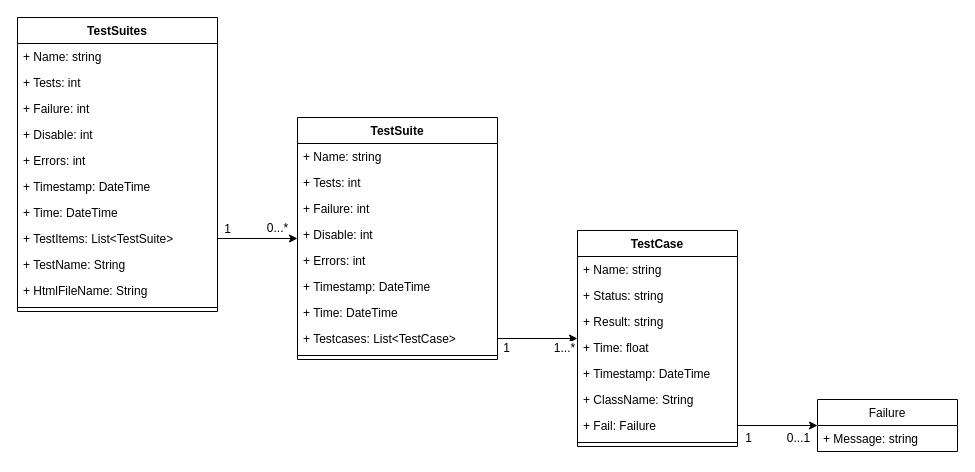
Above: page "class" (3 of 6) of doc/design/gtest2html_software.drawio in CountrySideEngineer/gtest2html (draw.io), before the change. Source tidied: cells renumbered, new cells numbered last; positions are measured from the earlier drawing's top-left corner, leaving out a move shared by most shapes. Both pictures are drawn from the tidied source at 100%, with x=0, y=0 at pixel (17, 17).
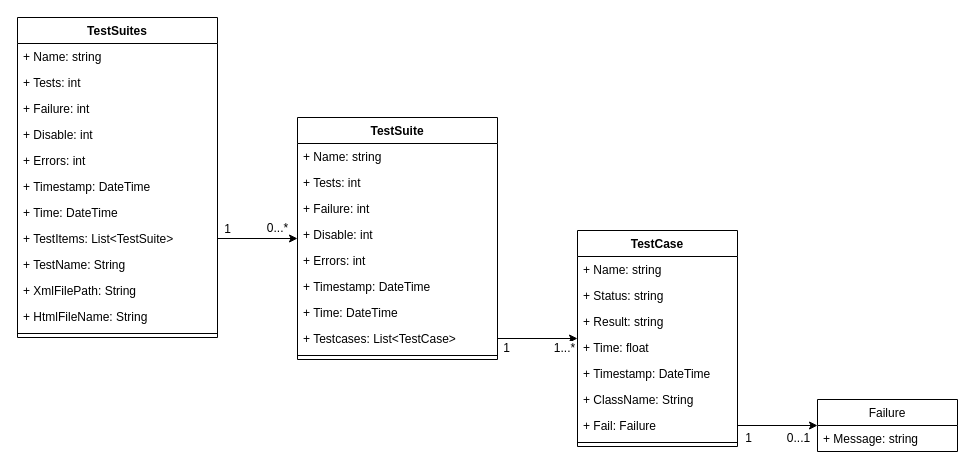
The same diagram, later.

Diff of the diagram source:
```diff
@@
     <mxCell id="29" value="TestSuites" style="swimlane;fontStyle=1;align=center;verticalAlign=top;horizontal=1;startSize=26;" parent="1" vertex="1">
-      <mxGeometry width="200" height="294" as="geometry" />
+      <mxGeometry width="200" height="320" as="geometry" />
     </mxCell>
@@
+    <mxCell id="44" value="+ XmlFilePath: String" style="text;strokeColor=none;fillColor=none;align=left;verticalAlign=top;spacingLeft=4;spacingRight=4;overflow=hidden;" parent="29" vertex="1">
+      <mxGeometry y="260" width="200" height="26" as="geometry" />
+    </mxCell>
     <mxCell id="39" value="+ HtmlFileName: String" style="text;strokeColor=none;fillColor=none;align=left;verticalAlign=top;spacingLeft=4;spacingRight=4;overflow=hidden;" parent="29" vertex="1">
-      <mxGeometry y="260" width="200" height="26" as="geometry" />
+      <mxGeometry y="286" width="200" height="26" as="geometry" />
     </mxCell>
     <mxCell id="40" style="line;strokeWidth=1;fillColor=none;align=left;verticalAlign=middle;spacingTop=-1;spacingLeft=3;spacingRight=3;labelPosition=right;" parent="29" vertex="1">
-      <mxGeometry y="286" width="200" height="8" as="geometry" />
+      <mxGeometry y="312" width="200" height="8" as="geometry" />
     </mxCell>
```
